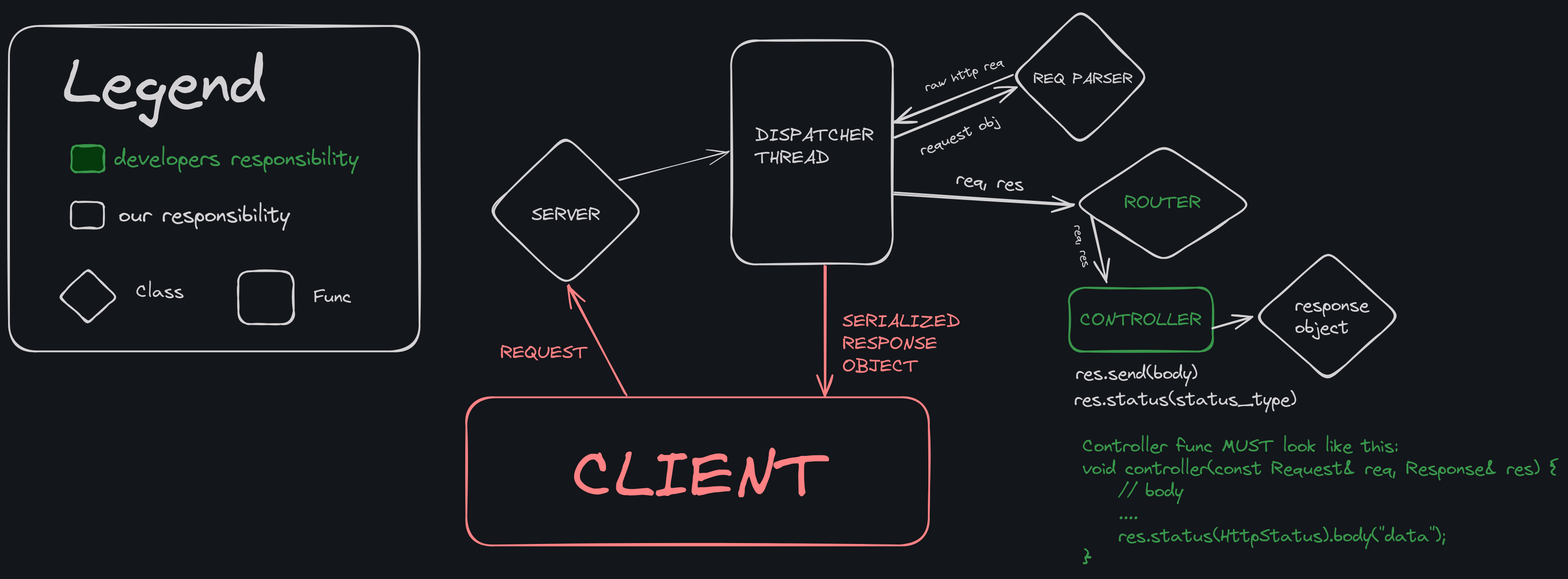
Before: FRMWRKarch.png, a diagram exported from Excalidraw (webstrugglers/super-frmwrk). Source tidied: one line per element, renumbered; positions are measured from the earlier drawing's top-left corner, leaving out a move shared by most shapes.
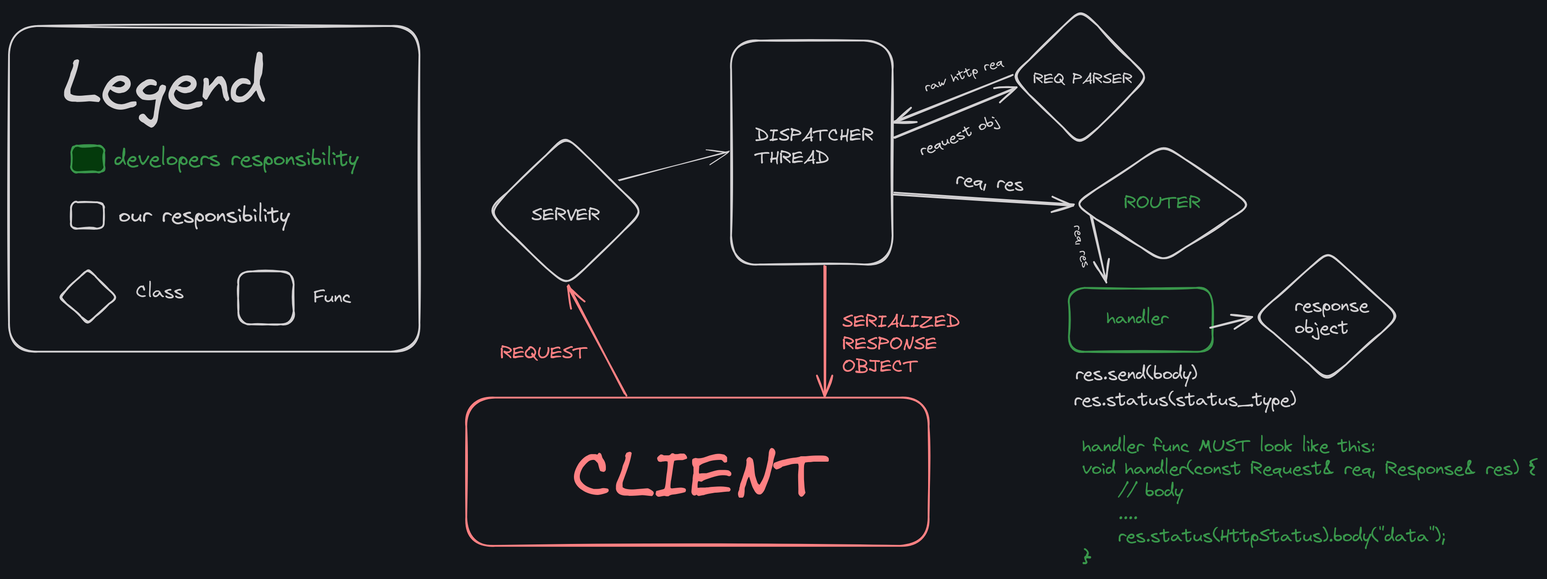
Above is the later version.

Diff of the diagram source:
```diff
@@ -21,7 +21,7 @@
 {"id": 20, "type": "text", "text": "ROUTER", "strokeColor": "#2f9e44", "strokeWidth": 2, "roughness": 1, "fontSize": 20, "fontFamily": 1, "textAlign": "center", "verticalAlign": "middle", "inside": 19, "x": 1240, "y": 204, "width": 86, "height": 25}
 {"id": 21, "type": "arrow", "strokeColor": "#1e1e1e", "strokeWidth": 2, "roughness": 1, "endArrowhead": "arrow", "round": true, "from": 19, "to": 22, "x": 1204, "y": 230, "width": 17, "height": 73, "points": [[0, 0], [17, 73]]}
 {"id": 22, "type": "rectangle", "strokeColor": "#2f9e44", "strokeWidth": 2, "roughness": 1, "round": true, "x": 1179, "y": 310, "width": 160, "height": 71}
-{"id": 23, "type": "text", "text": "CONTROLLER", "strokeColor": "#2f9e44", "strokeWidth": 2, "roughness": 1, "fontSize": 20, "fontFamily": 1, "x": 1191, "y": 335, "width": 135, "height": 25}
+{"id": 23, "type": "text", "text": "handler", "strokeColor": "#2f9e44", "strokeWidth": 2, "roughness": 1, "fontSize": 20, "fontFamily": 1, "x": 1221, "y": 332, "width": 70, "height": 25}
 {"id": 24, "type": "rectangle", "strokeColor": "#e03131", "strokeWidth": 2, "roughness": 1, "round": true, "x": 509, "y": 432, "width": 514, "height": 165}
 {"id": 25, "type": "text", "text": "CLIENT", "strokeColor": "#e03131", "strokeWidth": 2, "roughness": 1, "fontSize": 73.12, "fontFamily": 1, "x": 627, "y": 476, "width": 285, "height": 91}
 {"id": 26, "type": "arrow", "strokeColor": "#e03131", "strokeWidth": 2, "roughness": 1, "endArrowhead": "arrow", "round": true, "from": 24, "to": 10, "x": 685, "y": 428, "width": 63, "height": 121, "points": [[0, 0], [-63, -121]]}
@@ -29,11 +29,11 @@
 {"id": 28, "type": "text", "text": "REQUEST", "strokeColor": "#e03131", "strokeWidth": 2, "roughness": 1, "fontSize": 20, "fontFamily": 1, "x": 547, "y": 371, "width": 97, "height": 25}
 {"id": 29, "type": "text", "text": "SERIALIZED\nRESPONSE\nOBJECT", "strokeColor": "#e03131", "strokeWidth": 2, "roughness": 1, "fontSize": 20, "fontFamily": 1, "x": 927, "y": 336, "width": 131, "height": 75}
 {"id": 30, "type": "text", "text": "res.send(body)", "strokeColor": "#1e1e1e", "strokeWidth": 2, "roughness": 1, "fontSize": 20, "fontFamily": 1, "x": 1186, "y": 394, "width": 134, "height": 25}
-{"id": 31, "type": "arrow", "strokeColor": "#1e1e1e", "strokeWidth": 2, "roughness": 1, "endArrowhead": "arrow", "round": true, "from": 23, "to": 33, "x": 1339, "y": 355, "width": 44, "height": 12, "points": [[0, 0], [44, -12]]}
+{"id": 31, "type": "arrow", "strokeColor": "#1e1e1e", "strokeWidth": 2, "roughness": 1, "endArrowhead": "arrow", "round": true, "from": 22, "to": 33, "x": 1337, "y": 354, "width": 46, "height": 11, "points": [[0, 0], [46, -11]]}
 {"id": 32, "type": "text", "text": "res.status(status_type)", "strokeColor": "#1e1e1e", "strokeWidth": 2, "roughness": 1, "fontSize": 20, "fontFamily": 1, "x": 1185, "y": 423, "width": 245, "height": 25}
 {"id": 33, "type": "diamond", "strokeColor": "#1e1e1e", "strokeWidth": 2, "roughness": 1, "round": true, "x": 1386, "y": 270, "width": 161, "height": 143}
 {"id": 34, "type": "text", "text": "response\nobject", "strokeColor": "#1e1e1e", "strokeWidth": 2, "roughness": 1, "fontSize": 20, "fontFamily": 1, "x": 1430, "y": 318, "width": 82, "height": 50}
-{"id": 35, "type": "text", "text": "Controller func MUST look like this:\nvoid controller(const Request& req, Response& res) {\n    // body\n    ....\n    res.status(HttpStatus).body(\"data\");\n}", "strokeColor": "#2f9e44", "strokeWidth": 2, "roughness": 1, "fontSize": 20, "fontFamily": 1, "x": 1194, "y": 475, "width": 530, "height": 150}
+{"id": 35, "type": "text", "text": "handler func MUST look like this:\nvoid handler(const Request& req, Response& res) {\n    // body\n    ....\n    res.status(HttpStatus).body(\"data\");\n}", "strokeColor": "#2f9e44", "strokeWidth": 2, "roughness": 1, "fontSize": 20, "fontFamily": 1, "x": 1194, "y": 474, "width": 507, "height": 150}
 {"id": 36, "type": "arrow", "strokeColor": "#1e1e1e", "strokeWidth": 1, "roughness": 1, "endArrowhead": "arrow", "round": true, "from": 10, "to": 12, "x": 678, "y": 191, "width": 123, "height": 32, "points": [[0, 0], [123, -32]]}
 {"id": 37, "type": "text", "text": "raw http req", "strokeColor": "#1e1e1e", "angle": 5.95, "strokeWidth": 2, "roughness": 1, "fontSize": 14.36, "fontFamily": 1, "x": 1016, "y": 64, "width": 92, "height": 18}
 {"id": 38, "type": "text", "text": "request obj", "strokeColor": "#1e1e1e", "angle": 5.89, "strokeWidth": 2, "roughness": 1, "fontSize": 16.54, "fontFamily": 1, "x": 1010, "y": 130, "width": 94, "height": 21}
```
